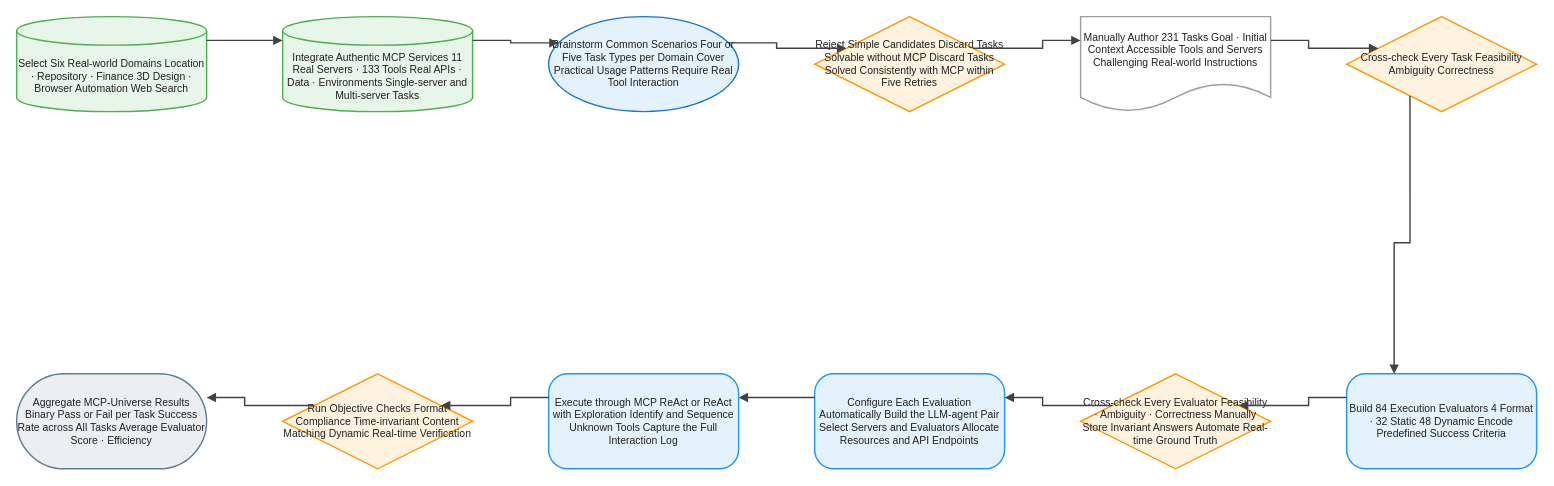
Before: client/public/drawio/MCP-Universe/MCP-Universe.en.drawio in joe1chief/benchmark-hub, a draw.io diagram. Source tidied: cells renumbered, new cells numbered last; positions are measured from the earlier drawing's top-left corner, leaving out a move shared by most shapes. Both pictures are drawn from the tidied source at 95%, with x=0, y=0 at pixel (16, 16).
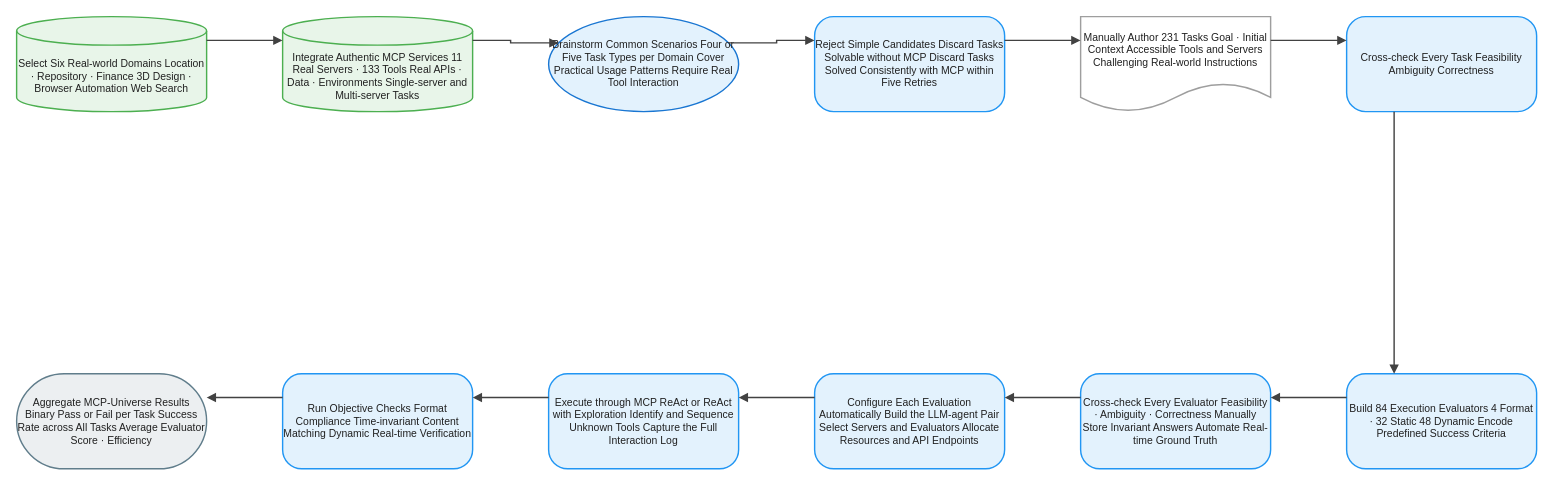
Above is the later version.

The edit, as a diff of the source:
```diff
@@
-    <mxCell id="5" value="Reject Simple Candidates Discard Tasks Solvable without MCP Discard Tasks Solved Consistently with MCP within Five Retries" style="rhombus;html=1;whiteSpace=wrap;fillColor=#FFF3E0;strokeColor=#FF9800;strokeWidth=1.5;fontColor=#212121;fontSize=11;fontFamily=Arial, Helvetica, sans-serif;verticalAlign=middle;align=center;" parent="1" vertex="1">
+    <mxCell id="5" value="Reject Simple Candidates Discard Tasks Solvable without MCP Discard Tasks Solved Consistently with MCP within Five Retries" style="rounded=1;arcSize=20;html=1;whiteSpace=wrap;fillColor=#E3F2FD;strokeColor=#2196F3;strokeWidth=1.5;fontColor=#212121;fontSize=11;fontFamily=Arial, Helvetica, sans-serif;verticalAlign=middle;align=center;" parent="1" vertex="1">
       <mxGeometry x="840" width="200" height="100" as="geometry" />
     </mxCell>
@@
-    <mxCell id="7" value="Cross-check Every Task Feasibility Ambiguity Correctness" style="rhombus;html=1;whiteSpace=wrap;fillColor=#FFF3E0;strokeColor=#FF9800;strokeWidth=1.5;fontColor=#212121;fontSize=11;fontFamily=Arial, Helvetica, sans-serif;verticalAlign=middle;align=center;" parent="1" vertex="1">
+    <mxCell id="7" value="Cross-check Every Task Feasibility Ambiguity Correctness" style="rounded=1;arcSize=20;html=1;whiteSpace=wrap;fillColor=#E3F2FD;strokeColor=#2196F3;strokeWidth=1.5;fontColor=#212121;fontSize=11;fontFamily=Arial, Helvetica, sans-serif;verticalAlign=middle;align=center;" parent="1" vertex="1">
       <mxGeometry x="1400" width="200" height="100" as="geometry" />
     </mxCell>
@@
-    <mxCell id="9" value="Cross-check Every Evaluator Feasibility · Ambiguity · Correctness Manually Store Invariant Answers Automate Real-time Ground Truth" style="rhombus;html=1;whiteSpace=wrap;fillColor=#FFF3E0;strokeColor=#FF9800;strokeWidth=1.5;fontColor=#212121;fontSize=11;fontFamily=Arial, Helvetica, sans-serif;verticalAlign=middle;align=center;" parent="1" vertex="1">
+    <mxCell id="9" value="Cross-check Every Evaluator Feasibility · Ambiguity · Correctness Manually Store Invariant Answers Automate Real-time Ground Truth" style="rounded=1;arcSize=20;html=1;whiteSpace=wrap;fillColor=#E3F2FD;strokeColor=#2196F3;strokeWidth=1.5;fontColor=#212121;fontSize=11;fontFamily=Arial, Helvetica, sans-serif;verticalAlign=middle;align=center;" parent="1" vertex="1">
       <mxGeometry x="1120" y="376" width="200" height="100" as="geometry" />
     </mxCell>
@@
-    <mxCell id="12" value="Run Objective Checks Format Compliance Time-invariant Content Matching Dynamic Real-time Verification" style="rhombus;html=1;whiteSpace=wrap;fillColor=#FFF3E0;strokeColor=#FF9800;strokeWidth=1.5;fontColor=#212121;fontSize=11;fontFamily=Arial, Helvetica, sans-serif;verticalAlign=middle;align=center;" parent="1" vertex="1">
+    <mxCell id="12" value="Run Objective Checks Format Compliance Time-invariant Content Matching Dynamic Real-time Verification" style="rounded=1;arcSize=20;html=1;whiteSpace=wrap;fillColor=#E3F2FD;strokeColor=#2196F3;strokeWidth=1.5;fontColor=#212121;fontSize=11;fontFamily=Arial, Helvetica, sans-serif;verticalAlign=middle;align=center;" parent="1" vertex="1">
       <mxGeometry x="280" y="376" width="200" height="100" as="geometry" />
     </mxCell>
```
